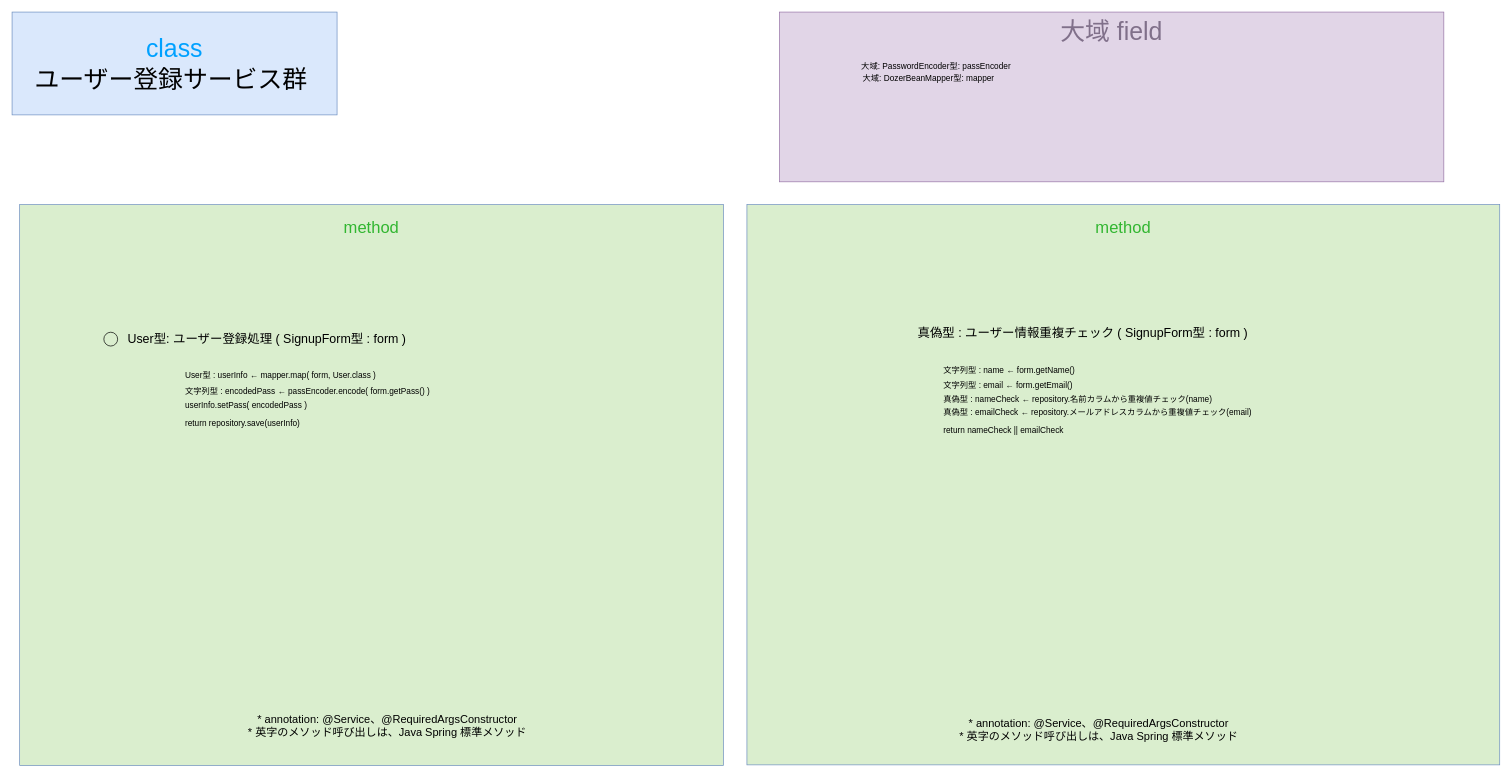
Before: gijigengo/service/user/meeting_reservation_sys service_user SignupService クラス 疑似言語.drawio in tro319/meeting_reservation_system, a draw.io diagram. Source tidied: cells renumbered, new cells numbered last; positions are measured from the earlier drawing's top-left corner, leaving out a move shared by most shapes. Both pictures are drawn from the tidied source at 69%, with x=0, y=0 at pixel (12, 12).
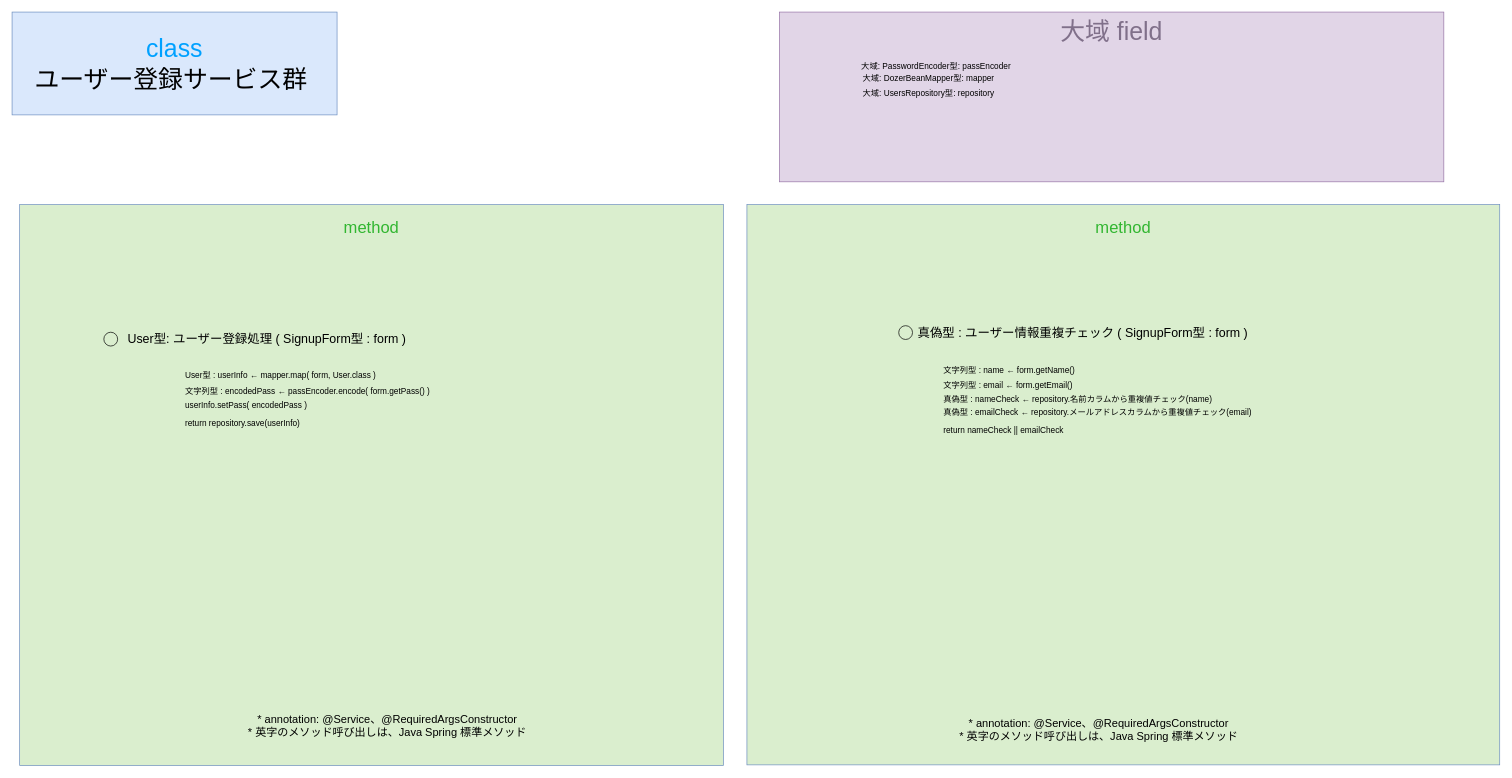
The same diagram, later.

Commit message (it also covers changes not shown here):
2025.11.29-1 疑似言語 ヨシダ

The edit, as a diff of the source:
```diff
@@
+    <mxCell id="23" value="大域: UsersRepository型: repository" style="text;html=1;whiteSpace=wrap;strokeColor=none;fillColor=none;align=left;verticalAlign=middle;rounded=0;fontSize=12;" parent="1" vertex="1">
+      <mxGeometry x="1231" y="103" width="590" height="30" as="geometry" />
+    </mxCell>
+    <mxCell id="24" value="&amp;nbsp; &amp;nbsp; &amp;nbsp; &amp;nbsp; &amp;nbsp; &amp;nbsp; &amp;nbsp;" style="ellipse;whiteSpace=wrap;html=1;fillColor=none;" parent="1" vertex="1">
+      <mxGeometry x="1285" y="454.5" width="20" height="20" as="geometry" />
+    </mxCell>
```
